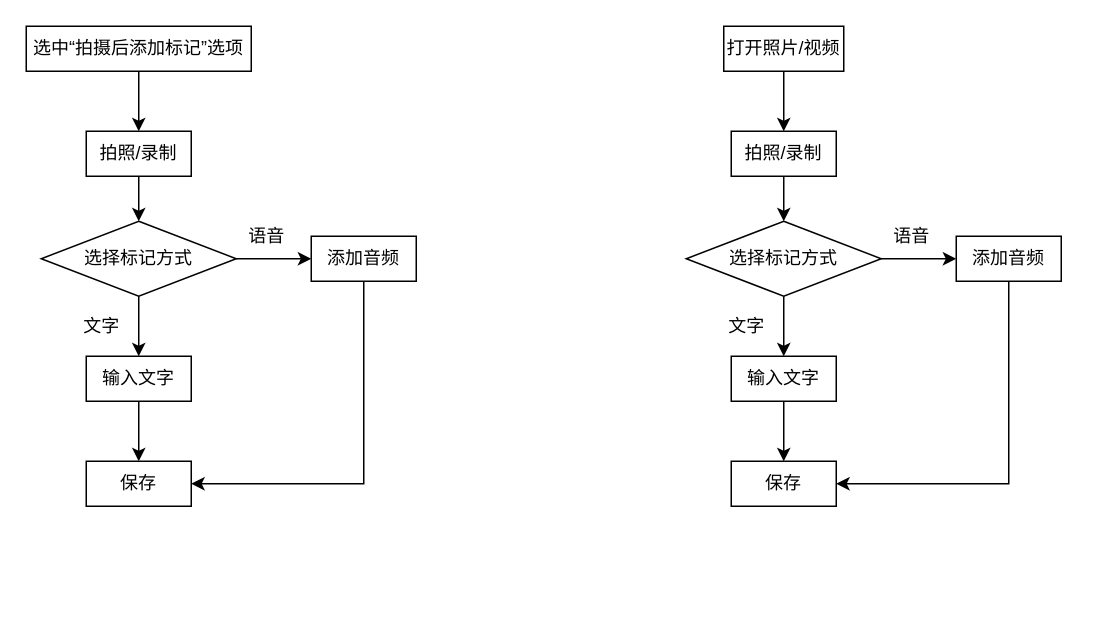
Above: page "第 5 页" (5 of 5) of 影像快速标记.drawio in fengli-git/storehouse (draw.io), before the change. Source tidied: cells renumbered, new cells numbered last; positions are measured from the earlier drawing's top-left corner, leaving out a move shared by most shapes. Both pictures are drawn from the tidied source at 150%, with x=0, y=0 at pixel (26, 26).
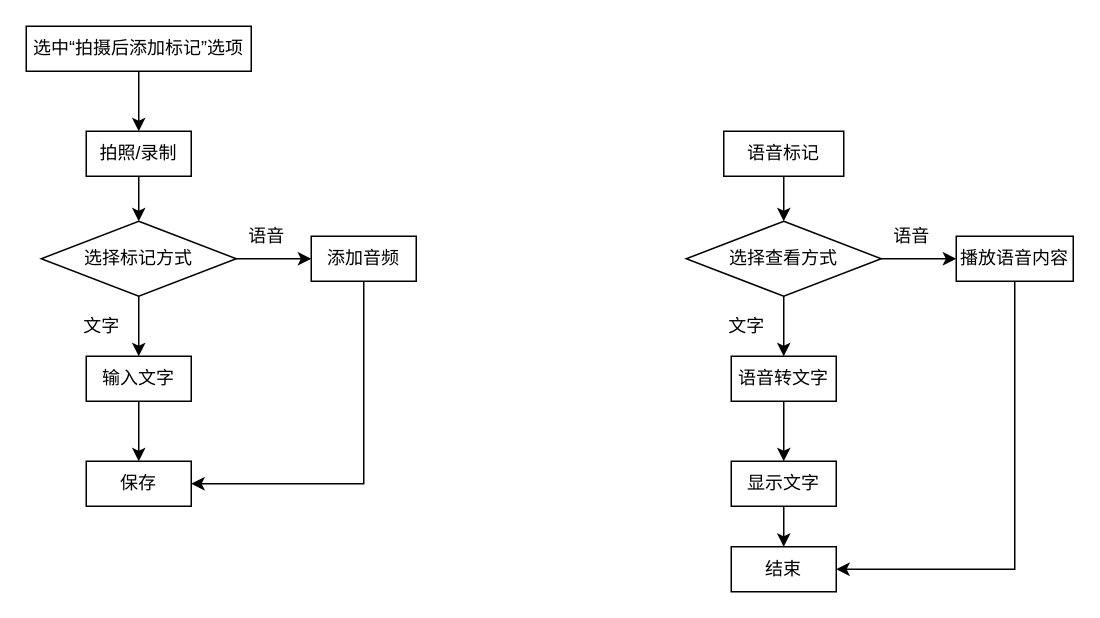
Above is the later version.

What changed in the source:
```diff
@@
-    <mxCell id="16" style="edgeStyle=orthogonalEdgeStyle;rounded=0;jettySize=auto;html=1;exitX=0.5;exitY=1;exitDx=0;exitDy=0;entryX=0.5;entryY=0;entryDx=0;entryDy=0;" parent="1" edge="1" source="17" target="20">
-      <mxGeometry relative="1" as="geometry" />
+    <mxCell id="16" style="edgeStyle=orthogonalEdgeStyle;rounded=0;jettySize=auto;html=1;exitX=0.5;exitY=1;exitDx=0;exitDy=0;entryX=0.5;entryY=0;entryDx=0;entryDy=0;" parent="1" edge="1" target="20">
+      <mxGeometry relative="1" as="geometry">
+        <mxPoint x="505" y="100" as="sourcePoint" />
+      </mxGeometry>
     </mxCell>
-    <mxCell id="17" value="拍照/录制" style="rounded=0;whiteSpace=wrap;html=1;" parent="1" vertex="1">
-      <mxGeometry x="470" y="70" width="70" height="30" as="geometry" />
-    </mxCell>
@@
-    <mxCell id="20" value="选择标记方式" style="rhombus;whiteSpace=wrap;html=1;" parent="1" vertex="1">
+    <mxCell id="20" value="选择查看方式" style="rhombus;whiteSpace=wrap;html=1;" parent="1" vertex="1">
       <mxGeometry x="440" y="130" width="130" height="50" as="geometry" />
     </mxCell>
-    <mxCell id="21" style="edgeStyle=orthogonalEdgeStyle;rounded=0;jettySize=auto;html=1;exitX=0.5;exitY=1;exitDx=0;exitDy=0;entryX=1;entryY=0.5;entryDx=0;entryDy=0;" parent="1" edge="1" source="22" target="27">
+    <mxCell id="21" style="edgeStyle=orthogonalEdgeStyle;rounded=0;jettySize=auto;html=1;exitX=0.5;exitY=1;exitDx=0;exitDy=0;entryX=1;entryY=0.5;entryDx=0;entryDy=0;" parent="1" edge="1" source="22" target="31">
       <mxGeometry relative="1" as="geometry" />
     </mxCell>
-    <mxCell id="22" value="添加音频" style="rounded=0;whiteSpace=wrap;html=1;" parent="1" vertex="1">
-      <mxGeometry x="620" y="140" width="70" height="30" as="geometry" />
+    <mxCell id="22" value="播放语音内容" style="rounded=0;whiteSpace=wrap;html=1;" parent="1" vertex="1">
+      <mxGeometry x="620" y="140" width="78" height="30" as="geometry" />
     </mxCell>
@@
-    <mxCell id="25" value="输入文字" style="rounded=0;whiteSpace=wrap;html=1;" parent="1" vertex="1">
+    <mxCell id="25" value="语音转文字" style="rounded=0;whiteSpace=wrap;html=1;" parent="1" vertex="1">
       <mxGeometry x="470" y="220" width="70" height="30" as="geometry" />
     </mxCell>
@@
+    <mxCell id="30" style="edgeStyle=orthogonalEdgeStyle;rounded=0;jettySize=auto;html=1;exitX=0.5;exitY=1;exitDx=0;exitDy=0;entryX=0.5;entryY=0;entryDx=0;entryDy=0;" parent="1" edge="1" source="27" target="31">
+      <mxGeometry relative="1" as="geometry" />
+    </mxCell>
-    <mxCell id="27" value="保存" style="rounded=0;whiteSpace=wrap;html=1;" parent="1" vertex="1">
+    <mxCell id="27" value="显示文字" style="rounded=0;whiteSpace=wrap;html=1;" parent="1" vertex="1">
       <mxGeometry x="470" y="290" width="70" height="30" as="geometry" />
     </mxCell>
-    <mxCell id="28" style="edgeStyle=orthogonalEdgeStyle;rounded=0;jettySize=auto;html=1;exitX=0.5;exitY=1;exitDx=0;exitDy=0;entryX=0.5;entryY=0;entryDx=0;entryDy=0;" parent="1" edge="1" source="29" target="17">
-      <mxGeometry relative="1" as="geometry" />
-    </mxCell>
-    <mxCell id="29" value="打开照片/视频" style="rounded=0;whiteSpace=wrap;html=1;" parent="1" vertex="1">
-      <mxGeometry x="465" width="80" height="30" as="geometry" />
+    <mxCell id="29" value="语音标记" style="rounded=0;whiteSpace=wrap;html=1;" parent="1" vertex="1">
+      <mxGeometry x="465" y="70" width="80" height="30" as="geometry" />
     </mxCell>
+    <mxCell id="31" value="结束" style="rounded=0;whiteSpace=wrap;html=1;" parent="1" vertex="1">
+      <mxGeometry x="470" y="347" width="70" height="30" as="geometry" />
+    </mxCell>
```
